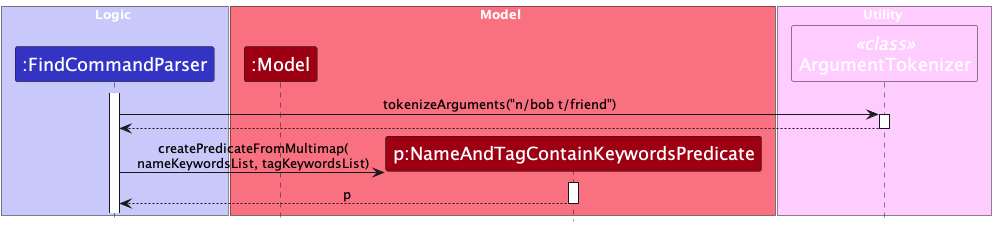
Above: docs/images/FindPersonSequenceDiagram_2.png in oeggy03/tp (PlantUML), before the change. Its diagram source:
```plantuml
@startuml
!include style.puml
skinparam ArrowFontStyle plain

box Logic LOGIC_COLOR_T1
participant ":FindCommandParser" as FindCommandParser LOGIC_COLOR
end box

box Model MODEL_COLOR_T1
participant ":Model" as Model MODEL_COLOR
participant "p:NameAndTagContainKeywordsPredicate" as Predicate MODEL_COLOR
end box

box Utility UTIL_COLOR
participant "ArgumentTokenizer" as ArgumentTokenizer <<class>> UTIL_COLOR
end box

activate FindCommandParser

FindCommandParser -> ArgumentTokenizer : tokenizeArguments("n/bob t/friend")
activate ArgumentTokenizer

ArgumentTokenizer --> FindCommandParser
deactivate ArgumentTokenizer

create Predicate
FindCommandParser -> Predicate : createPredicateFromMultimap(\nnameKeywordsList, tagKeywordsList)
activate Predicate

Predicate --> FindCommandParser : p
deactivate Predicate

@enduml
```
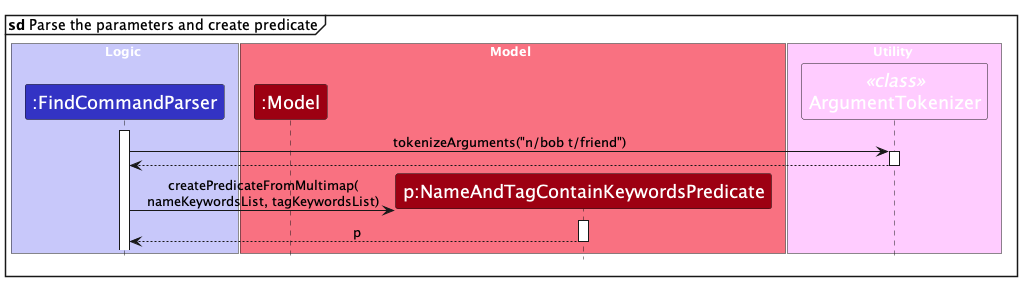
The same diagram one commit later.

What changed in the source:
```diff
@@ -1,6 +1,7 @@
 @startuml
 !include style.puml
 skinparam ArrowFontStyle plain
+mainframe: **sd** Parse the parameters and create predicate
 
 box Logic LOGIC_COLOR_T1
 participant ":FindCommandParser" as FindCommandParser LOGIC_COLOR
```
